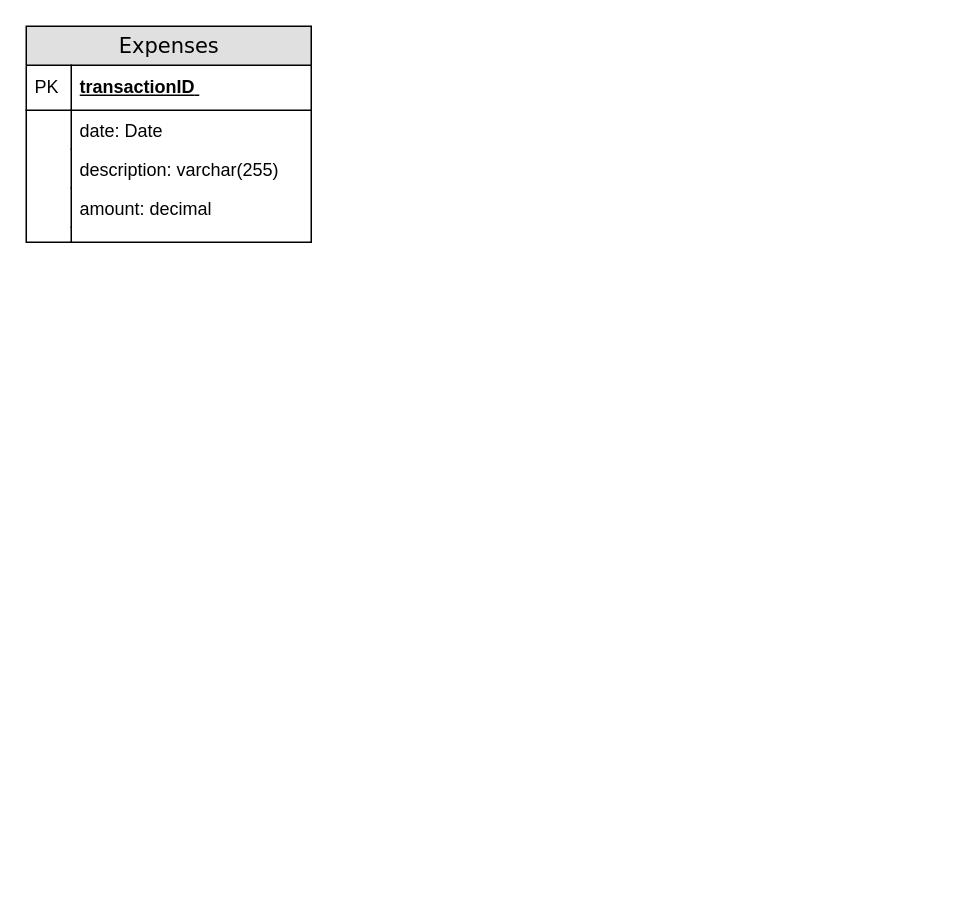
Before: Untitled Diagram.drawio in SkyeRenda/budgeting, a draw.io diagram. Source tidied: cells renumbered, new cells numbered last; positions are measured from the earlier drawing's top-left corner, leaving out a move shared by most shapes. Both pictures are drawn from the tidied source at 150%, with x=0, y=0 at pixel (26, 26).
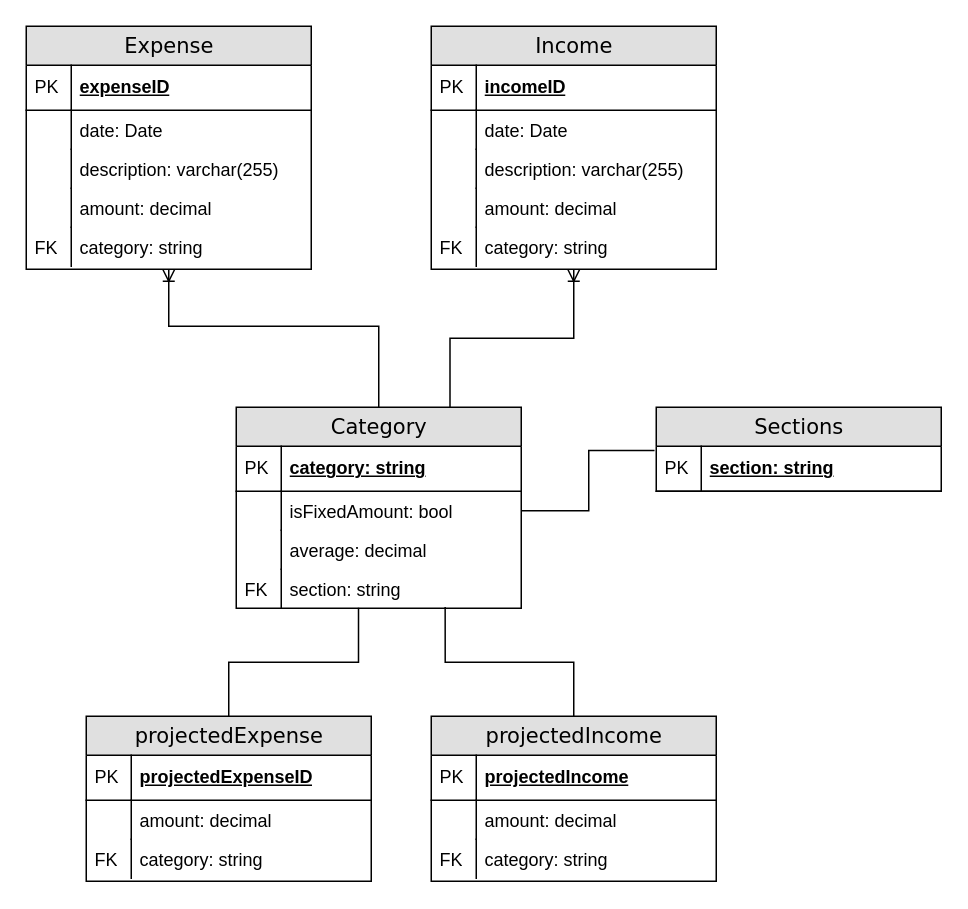
After the change.

Commit message:
completed initial draft

Diff of the diagram source:
```diff
@@
+    <mxCell id="13" style="edgeStyle=orthogonalEdgeStyle;rounded=0;jettySize=auto;html=1;entryX=0.5;entryY=0;entryDx=0;entryDy=0;strokeColor=default;startArrow=ERoneToMany;startFill=0;endArrow=none;endFill=0;" parent="1" edge="1" source="2" target="26">
+      <mxGeometry relative="1" as="geometry">
+        <Array as="points">
+          <mxPoint x="95" y="200" />
+          <mxPoint x="235" y="200" />
+        </Array>
+      </mxGeometry>
+    </mxCell>
-    <mxCell id="2" value="Expenses" style="swimlane;html=1;fontStyle=0;horizontal=1;startSize=26;fillColor=#e0e0e0;swimlaneFillColor=#ffffff;align=center;rounded=0;shadow=0;comic=0;labelBackgroundColor=none;strokeWidth=1;fontFamily=Verdana;fontSize=14;" parent="1" vertex="1">
-      <mxGeometry width="190" height="144" as="geometry" />
+    <mxCell id="2" value="Expense" style="swimlane;html=1;fontStyle=0;horizontal=1;startSize=26;fillColor=#e0e0e0;swimlaneFillColor=#ffffff;align=center;rounded=0;shadow=0;comic=0;labelBackgroundColor=none;strokeWidth=1;fontFamily=Verdana;fontSize=14;" parent="1" vertex="1">
+      <mxGeometry width="190" height="162" as="geometry" />
     </mxCell>
-    <mxCell id="3" value="transactionID&lt;span style=&quot;white-space: pre;&quot;&gt; &lt;/span&gt;" style="shape=partialRectangle;top=0;left=0;right=0;bottom=1;html=1;align=left;verticalAlign=middle;fillColor=none;spacingLeft=34;spacingRight=4;whiteSpace=wrap;overflow=hidden;fontStyle=5;" parent="2" vertex="1">
+    <mxCell id="3" value="expenseID" style="shape=partialRectangle;top=0;left=0;right=0;bottom=1;html=1;align=left;verticalAlign=middle;fillColor=none;spacingLeft=34;spacingRight=4;whiteSpace=wrap;overflow=hidden;fontStyle=5;" parent="2" vertex="1">
       <mxGeometry y="26" width="190" height="30" as="geometry" />
     </mxCell>
@@
-    <mxCell id="11" style="shape=partialRectangle;top=0;left=0;right=0;bottom=0;html=1;align=left;verticalAlign=top;fillColor=none;spacingLeft=34;spacingRight=4;whiteSpace=wrap;overflow=hidden;" parent="2" vertex="1">
-      <mxGeometry y="134" width="190" height="10" as="geometry" />
+    <mxCell id="11" value="category: string" style="shape=partialRectangle;top=0;left=0;right=0;bottom=0;html=1;align=left;verticalAlign=top;fillColor=none;spacingLeft=34;spacingRight=4;whiteSpace=wrap;overflow=hidden;" parent="2" vertex="1">
+      <mxGeometry y="134" width="190" height="26" as="geometry" />
     </mxCell>
-    <mxCell id="12" style="shape=partialRectangle;top=0;left=0;bottom=0;html=1;fillColor=none;align=left;verticalAlign=top;spacingLeft=4;spacingRight=4;whiteSpace=wrap;overflow=hidden;" parent="11" vertex="1">
-      <mxGeometry width="30" height="10" as="geometry" />
+    <mxCell id="12" value="FK" style="shape=partialRectangle;top=0;left=0;bottom=0;html=1;fillColor=none;align=left;verticalAlign=top;spacingLeft=4;spacingRight=4;whiteSpace=wrap;overflow=hidden;" parent="11" vertex="1">
+      <mxGeometry width="30" height="26" as="geometry" />
     </mxCell>
+    <mxCell id="14" style="edgeStyle=orthogonalEdgeStyle;rounded=0;jettySize=auto;html=1;entryX=0.75;entryY=0;entryDx=0;entryDy=0;strokeColor=default;startArrow=ERoneToMany;startFill=0;endArrow=none;endFill=0;" parent="1" edge="1" source="15" target="26">
+      <mxGeometry relative="1" as="geometry" />
+    </mxCell>
+    <mxCell id="15" value="Income" style="swimlane;html=1;fontStyle=0;horizontal=1;startSize=26;fillColor=#e0e0e0;swimlaneFillColor=#ffffff;align=center;rounded=0;shadow=0;comic=0;labelBackgroundColor=none;strokeWidth=1;fontFamily=Verdana;fontSize=14;" parent="1" vertex="1">
+      <mxGeometry x="270" width="190" height="162" as="geometry" />
+    </mxCell>
+    <mxCell id="16" value="incomeID" style="shape=partialRectangle;top=0;left=0;right=0;bottom=1;html=1;align=left;verticalAlign=middle;fillColor=none;spacingLeft=34;spacingRight=4;whiteSpace=wrap;overflow=hidden;fontStyle=5;" parent="15" vertex="1">
+      <mxGeometry y="26" width="190" height="30" as="geometry" />
+    </mxCell>
+    <mxCell id="17" value="PK" style="shape=partialRectangle;top=0;left=0;bottom=0;html=1;fillColor=none;align=left;verticalAlign=middle;spacingLeft=4;spacingRight=4;whiteSpace=wrap;overflow=hidden;" parent="16" vertex="1">
+      <mxGeometry width="30" height="30" as="geometry" />
+    </mxCell>
+    <mxCell id="18" value="date: Date" style="shape=partialRectangle;top=0;left=0;right=0;bottom=0;html=1;align=left;verticalAlign=top;fillColor=none;spacingLeft=34;spacingRight=4;whiteSpace=wrap;overflow=hidden;" parent="15" vertex="1">
+      <mxGeometry y="56" width="190" height="26" as="geometry" />
+    </mxCell>
+    <mxCell id="19" style="shape=partialRectangle;top=0;left=0;bottom=0;html=1;fillColor=none;align=left;verticalAlign=top;spacingLeft=4;spacingRight=4;whiteSpace=wrap;overflow=hidden;" parent="18" vertex="1">
+      <mxGeometry width="30" height="26" as="geometry" />
+    </mxCell>
+    <mxCell id="20" value="description: varchar(255)" style="shape=partialRectangle;top=0;left=0;right=0;bottom=0;html=1;align=left;verticalAlign=top;fillColor=none;spacingLeft=34;spacingRight=4;whiteSpace=wrap;overflow=hidden;" parent="15" vertex="1">
+      <mxGeometry y="82" width="190" height="26" as="geometry" />
+    </mxCell>
+    <mxCell id="21" style="shape=partialRectangle;top=0;left=0;bottom=0;html=1;fillColor=none;align=left;verticalAlign=top;spacingLeft=4;spacingRight=4;whiteSpace=wrap;overflow=hidden;" parent="20" vertex="1">
+      <mxGeometry width="30" height="26" as="geometry" />
+    </mxCell>
+    <mxCell id="22" value="amount: decimal" style="shape=partialRectangle;top=0;left=0;right=0;bottom=0;html=1;align=left;verticalAlign=top;fillColor=none;spacingLeft=34;spacingRight=4;whiteSpace=wrap;overflow=hidden;" parent="15" vertex="1">
+      <mxGeometry y="108" width="190" height="26" as="geometry" />
+    </mxCell>
+    <mxCell id="23" style="shape=partialRectangle;top=0;left=0;bottom=0;html=1;fillColor=none;align=left;verticalAlign=top;spacingLeft=4;spacingRight=4;whiteSpace=wrap;overflow=hidden;" parent="22" vertex="1">
+      <mxGeometry width="30" height="26" as="geometry" />
+    </mxCell>
+    <mxCell id="24" value="category: string" style="shape=partialRectangle;top=0;left=0;right=0;bottom=0;html=1;align=left;verticalAlign=top;fillColor=none;spacingLeft=34;spacingRight=4;whiteSpace=wrap;overflow=hidden;" parent="15" vertex="1">
+      <mxGeometry y="134" width="190" height="26" as="geometry" />
+    </mxCell>
+    <mxCell id="25" value="&lt;div&gt;FK&lt;/div&gt;&lt;div&gt;&lt;br&gt;&lt;/div&gt;" style="shape=partialRectangle;top=0;left=0;bottom=0;html=1;fillColor=none;align=left;verticalAlign=top;spacingLeft=4;spacingRight=4;whiteSpace=wrap;overflow=hidden;" parent="24" vertex="1">
+      <mxGeometry width="30" height="26" as="geometry" />
+    </mxCell>
+    <mxCell id="26" value="Category" style="swimlane;html=1;fontStyle=0;horizontal=1;startSize=26;fillColor=#e0e0e0;swimlaneFillColor=#ffffff;align=center;rounded=0;shadow=0;comic=0;labelBackgroundColor=none;strokeWidth=1;fontFamily=Verdana;fontSize=14;" parent="1" vertex="1">
+      <mxGeometry x="140" y="254" width="190" height="134" as="geometry" />
+    </mxCell>
+    <mxCell id="27" value="category: string" style="shape=partialRectangle;top=0;left=0;right=0;bottom=1;html=1;align=left;verticalAlign=middle;fillColor=none;spacingLeft=34;spacingRight=4;whiteSpace=wrap;overflow=hidden;fontStyle=5;" parent="26" vertex="1">
+      <mxGeometry y="26" width="190" height="30" as="geometry" />
+    </mxCell>
+    <mxCell id="28" value="PK" style="shape=partialRectangle;top=0;left=0;bottom=0;html=1;fillColor=none;align=left;verticalAlign=middle;spacingLeft=4;spacingRight=4;whiteSpace=wrap;overflow=hidden;" parent="27" vertex="1">
+      <mxGeometry width="30" height="30" as="geometry" />
+    </mxCell>
+    <mxCell id="29" value="isFixedAmount: bool" style="shape=partialRectangle;top=0;left=0;right=0;bottom=0;html=1;align=left;verticalAlign=top;fillColor=none;spacingLeft=34;spacingRight=4;whiteSpace=wrap;overflow=hidden;points=[[0,0.5],[1,0.5]];portConstraint=eastwest;" parent="26" vertex="1">
+      <mxGeometry y="56" width="190" height="26" as="geometry" />
+    </mxCell>
+    <mxCell id="30" style="shape=partialRectangle;top=0;left=0;bottom=0;html=1;fillColor=none;align=left;verticalAlign=top;spacingLeft=4;spacingRight=4;whiteSpace=wrap;overflow=hidden;" parent="29" vertex="1">
+      <mxGeometry width="30" height="26" as="geometry" />
+    </mxCell>
+    <mxCell id="31" value="average: decimal" style="shape=partialRectangle;top=0;left=0;right=0;bottom=0;html=1;align=left;verticalAlign=top;fillColor=none;spacingLeft=34;spacingRight=4;whiteSpace=wrap;overflow=hidden;" parent="26" vertex="1">
+      <mxGeometry y="82" width="190" height="26" as="geometry" />
+    </mxCell>
+    <mxCell id="32" style="shape=partialRectangle;top=0;left=0;bottom=0;html=1;fillColor=none;align=left;verticalAlign=top;spacingLeft=4;spacingRight=4;whiteSpace=wrap;overflow=hidden;" parent="31" vertex="1">
+      <mxGeometry width="30" height="26" as="geometry" />
+    </mxCell>
+    <mxCell id="33" value="section: string" style="shape=partialRectangle;top=0;left=0;right=0;bottom=0;html=1;align=left;verticalAlign=top;fillColor=none;spacingLeft=34;spacingRight=4;whiteSpace=wrap;overflow=hidden;points=[[0,0.5],[1,0.5]];portConstraint=eastwest;" parent="26" vertex="1">
+      <mxGeometry y="108" width="190" height="26" as="geometry" />
+    </mxCell>
+    <mxCell id="34" value="FK" style="shape=partialRectangle;top=0;left=0;bottom=0;html=1;fillColor=none;align=left;verticalAlign=top;spacingLeft=4;spacingRight=4;whiteSpace=wrap;overflow=hidden;" parent="33" vertex="1">
+      <mxGeometry width="30" height="26" as="geometry" />
+    </mxCell>
+    <mxCell id="35" style="edgeStyle=orthogonalEdgeStyle;rounded=0;jettySize=auto;html=1;strokeColor=default;startArrow=none;startFill=0;endArrow=none;endFill=0;entryX=0.429;entryY=0.989;entryDx=0;entryDy=0;entryPerimeter=0;" parent="1" edge="1" source="36" target="33">
+      <mxGeometry relative="1" as="geometry" />
+    </mxCell>
+    <mxCell id="36" value="projectedExpense" style="swimlane;html=1;fontStyle=0;horizontal=1;startSize=26;fillColor=#e0e0e0;swimlaneFillColor=#ffffff;align=center;rounded=0;shadow=0;comic=0;labelBackgroundColor=none;strokeWidth=1;fontFamily=Verdana;fontSize=14;" parent="1" vertex="1">
+      <mxGeometry x="40" y="460" width="190" height="110" as="geometry" />
+    </mxCell>
+    <mxCell id="37" value="projectedExpenseID" style="shape=partialRectangle;top=0;left=0;right=0;bottom=1;html=1;align=left;verticalAlign=middle;fillColor=none;spacingLeft=34;spacingRight=4;whiteSpace=wrap;overflow=hidden;fontStyle=5;" parent="36" vertex="1">
+      <mxGeometry y="26" width="190" height="30" as="geometry" />
+    </mxCell>
+    <mxCell id="38" value="PK" style="shape=partialRectangle;top=0;left=0;bottom=0;html=1;fillColor=none;align=left;verticalAlign=middle;spacingLeft=4;spacingRight=4;whiteSpace=wrap;overflow=hidden;" parent="37" vertex="1">
+      <mxGeometry width="30" height="30" as="geometry" />
+    </mxCell>
+    <mxCell id="39" value="amount: decimal" style="shape=partialRectangle;top=0;left=0;right=0;bottom=0;html=1;align=left;verticalAlign=top;fillColor=none;spacingLeft=34;spacingRight=4;whiteSpace=wrap;overflow=hidden;" parent="36" vertex="1">
+      <mxGeometry y="56" width="190" height="26" as="geometry" />
+    </mxCell>
+    <mxCell id="40" style="shape=partialRectangle;top=0;left=0;bottom=0;html=1;fillColor=none;align=left;verticalAlign=top;spacingLeft=4;spacingRight=4;whiteSpace=wrap;overflow=hidden;" parent="39" vertex="1">
+      <mxGeometry width="30" height="26" as="geometry" />
+    </mxCell>
+    <mxCell id="41" value="category: string" style="shape=partialRectangle;top=0;left=0;right=0;bottom=0;html=1;align=left;verticalAlign=top;fillColor=none;spacingLeft=34;spacingRight=4;whiteSpace=wrap;overflow=hidden;" parent="36" vertex="1">
+      <mxGeometry y="82" width="190" height="26" as="geometry" />
+    </mxCell>
+    <mxCell id="42" value="FK" style="shape=partialRectangle;top=0;left=0;bottom=0;html=1;fillColor=none;align=left;verticalAlign=top;spacingLeft=4;spacingRight=4;whiteSpace=wrap;overflow=hidden;" parent="41" vertex="1">
+      <mxGeometry width="30" height="26" as="geometry" />
+    </mxCell>
+    <mxCell id="43" style="edgeStyle=orthogonalEdgeStyle;rounded=0;jettySize=auto;html=1;strokeColor=default;startArrow=none;startFill=0;endArrow=none;endFill=0;entryX=0.733;entryY=0.967;entryDx=0;entryDy=0;entryPerimeter=0;" parent="1" edge="1" source="44" target="33">
+      <mxGeometry relative="1" as="geometry" />
+    </mxCell>
+    <mxCell id="44" value="projectedIncome" style="swimlane;html=1;fontStyle=0;horizontal=1;startSize=26;fillColor=#e0e0e0;swimlaneFillColor=#ffffff;align=center;rounded=0;shadow=0;comic=0;labelBackgroundColor=none;strokeWidth=1;fontFamily=Verdana;fontSize=14;" parent="1" vertex="1">
+      <mxGeometry x="270" y="460" width="190" height="110" as="geometry" />
+    </mxCell>
+    <mxCell id="45" value="projectedIncome" style="shape=partialRectangle;top=0;left=0;right=0;bottom=1;html=1;align=left;verticalAlign=middle;fillColor=none;spacingLeft=34;spacingRight=4;whiteSpace=wrap;overflow=hidden;fontStyle=5;" parent="44" vertex="1">
+      <mxGeometry y="26" width="190" height="30" as="geometry" />
+    </mxCell>
+    <mxCell id="46" value="PK" style="shape=partialRectangle;top=0;left=0;bottom=0;html=1;fillColor=none;align=left;verticalAlign=middle;spacingLeft=4;spacingRight=4;whiteSpace=wrap;overflow=hidden;" parent="45" vertex="1">
+      <mxGeometry width="30" height="30" as="geometry" />
+    </mxCell>
+    <mxCell id="47" value="amount: decimal" style="shape=partialRectangle;top=0;left=0;right=0;bottom=0;html=1;align=left;verticalAlign=top;fillColor=none;spacingLeft=34;spacingRight=4;whiteSpace=wrap;overflow=hidden;" parent="44" vertex="1">
+      <mxGeometry y="56" width="190" height="26" as="geometry" />
+    </mxCell>
+    <mxCell id="48" style="shape=partialRectangle;top=0;left=0;bottom=0;html=1;fillColor=none;align=left;verticalAlign=top;spacingLeft=4;spacingRight=4;whiteSpace=wrap;overflow=hidden;" parent="47" vertex="1">
+      <mxGeometry width="30" height="26" as="geometry" />
+    </mxCell>
+    <mxCell id="49" value="category: string" style="shape=partialRectangle;top=0;left=0;right=0;bottom=0;html=1;align=left;verticalAlign=top;fillColor=none;spacingLeft=34;spacingRight=4;whiteSpace=wrap;overflow=hidden;" parent="44" vertex="1">
+      <mxGeometry y="82" width="190" height="26" as="geometry" />
+    </mxCell>
+    <mxCell id="50" value="&lt;div&gt;FK&lt;/div&gt;&lt;div&gt;&lt;br&gt;&lt;/div&gt;" style="shape=partialRectangle;top=0;left=0;bottom=0;html=1;fillColor=none;align=left;verticalAlign=top;spacingLeft=4;spacingRight=4;whiteSpace=wrap;overflow=hidden;" parent="49" vertex="1">
+      <mxGeometry width="30" height="26" as="geometry" />
+    </mxCell>
+    <mxCell id="51" value="Sections" style="swimlane;html=1;fontStyle=0;horizontal=1;startSize=26;fillColor=#e0e0e0;swimlaneFillColor=#ffffff;align=center;rounded=0;shadow=0;comic=0;labelBackgroundColor=none;strokeWidth=1;fontFamily=Verdana;fontSize=14;" parent="1" vertex="1">
+      <mxGeometry x="420" y="254" width="190" height="56" as="geometry" />
+    </mxCell>
+    <mxCell id="52" value="section: string" style="shape=partialRectangle;top=0;left=0;right=0;bottom=1;html=1;align=left;verticalAlign=middle;fillColor=none;spacingLeft=34;spacingRight=4;whiteSpace=wrap;overflow=hidden;points=[[0,0.5],[1,0.5]];portConstraint=eastwest;fontStyle=5;" parent="51" vertex="1">
+      <mxGeometry y="26" width="190" height="30" as="geometry" />
+    </mxCell>
+    <mxCell id="53" value="PK" style="shape=partialRectangle;top=0;left=0;bottom=0;html=1;fillColor=none;align=left;verticalAlign=middle;spacingLeft=4;spacingRight=4;whiteSpace=wrap;overflow=hidden;" parent="52" vertex="1">
+      <mxGeometry width="30" height="30" as="geometry" />
+    </mxCell>
+    <mxCell id="54" style="edgeStyle=orthogonalEdgeStyle;rounded=0;jettySize=auto;html=1;entryX=-0.006;entryY=0.093;entryDx=0;entryDy=0;entryPerimeter=0;strokeColor=default;startArrow=none;startFill=0;endArrow=none;endFill=0;" parent="1" edge="1" source="29" target="52">
+      <mxGeometry relative="1" as="geometry" />
+    </mxCell>
```
